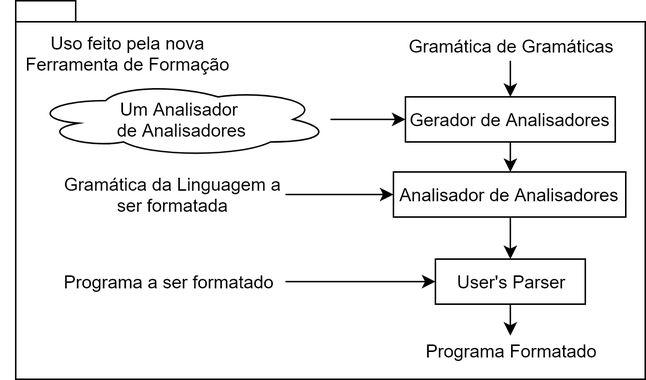
Before: MyWorflowForLarkTraduzido2.png, a diagram exported from draw.io (evandrocoan/objectbeatypictures). Source tidied: cells renumbered, new cells last; positions are measured from the earlier drawing's top-left corner, leaving out a move shared by most shapes. Its diagram source:
```xml
<mxGraphModel background="#ffffff">
  <root>
    <mxCell id="0" />
    <mxCell id="1" parent="0" />
    <mxCell id="2" style="shape=folder;fontStyle=1;spacingTop=10;tabWidth=40;tabHeight=14;tabPosition=left;html=1;" parent="1" vertex="1">
      <mxGeometry x="10" width="420" height="252" as="geometry" />
    </mxCell>
    <mxCell id="3" value="Uso feito pela nova Ferramenta de Formação" style="text;html=1;strokeColor=none;fillColor=none;align=center;verticalAlign=middle;whiteSpace=wrap;rounded=0;" parent="1" vertex="1">
      <mxGeometry y="20" width="170" height="30" as="geometry" />
    </mxCell>
    <mxCell id="4" style="edgeStyle=orthogonalEdgeStyle;rounded=0;html=1;jettySize=auto;" parent="1" edge="1" source="5" target="9">
      <mxGeometry relative="1" as="geometry" />
    </mxCell>
    <mxCell id="5" value="Gerador de Analisadores" style="rounded=0;whiteSpace=wrap;html=1;" parent="1" vertex="1">
      <mxGeometry x="270" y="64" width="140" height="30" as="geometry" />
    </mxCell>
    <mxCell id="6" style="edgeStyle=orthogonalEdgeStyle;rounded=0;html=1;entryX=0.5;entryY=0;jettySize=auto;" parent="1" edge="1" source="7" target="5">
      <mxGeometry relative="1" as="geometry" />
    </mxCell>
    <mxCell id="7" value="Gramática de Gramáticas" style="text;html=1;strokeColor=none;fillColor=none;align=center;verticalAlign=middle;whiteSpace=wrap;rounded=0;" parent="1" vertex="1">
      <mxGeometry x="270" y="20" width="140" height="20" as="geometry" />
    </mxCell>
    <mxCell id="8" style="edgeStyle=orthogonalEdgeStyle;rounded=0;html=1;jettySize=auto;" parent="1" edge="1" source="9" target="13">
      <mxGeometry relative="1" as="geometry" />
    </mxCell>
    <mxCell id="9" value="Analisador de Analisadores" style="rounded=0;whiteSpace=wrap;html=1;" parent="1" vertex="1">
      <mxGeometry x="262" y="114" width="155" height="30" as="geometry" />
    </mxCell>
    <mxCell id="10" style="edgeStyle=orthogonalEdgeStyle;rounded=0;html=1;entryX=0;entryY=0.5;jettySize=auto;" parent="1" edge="1" source="11" target="9">
      <mxGeometry relative="1" as="geometry" />
    </mxCell>
    <mxCell id="11" value="Gramática da Linguagem a ser formatada" style="text;html=1;strokeColor=none;fillColor=none;align=center;verticalAlign=middle;whiteSpace=wrap;rounded=0;" parent="1" vertex="1">
      <mxGeometry x="40" y="119" width="150" height="20" as="geometry" />
    </mxCell>
    <mxCell id="12" style="edgeStyle=orthogonalEdgeStyle;rounded=0;html=1;entryX=0.5;entryY=0;jettySize=auto;" parent="1" edge="1" source="13" target="16">
      <mxGeometry relative="1" as="geometry" />
    </mxCell>
    <mxCell id="13" value="User's Parser" style="rounded=0;whiteSpace=wrap;html=1;" parent="1" vertex="1">
      <mxGeometry x="290" y="172" width="100" height="30" as="geometry" />
    </mxCell>
    <mxCell id="14" style="edgeStyle=orthogonalEdgeStyle;rounded=0;html=1;jettySize=auto;" parent="1" edge="1" source="15" target="13">
      <mxGeometry relative="1" as="geometry" />
    </mxCell>
    <mxCell id="15" value="Programa a ser formatado" style="text;html=1;strokeColor=none;fillColor=none;align=center;verticalAlign=middle;whiteSpace=wrap;rounded=0;" parent="1" vertex="1">
      <mxGeometry x="35" y="177" width="155" height="20" as="geometry" />
    </mxCell>
    <mxCell id="16" value="Programa Formatado" style="text;html=1;strokeColor=none;fillColor=none;align=center;verticalAlign=middle;whiteSpace=wrap;rounded=0;" parent="1" vertex="1">
      <mxGeometry x="270" y="223.3" width="140" height="20" as="geometry" />
    </mxCell>
    <mxCell id="17" style="edgeStyle=orthogonalEdgeStyle;rounded=0;html=1;jettySize=auto;" parent="1" edge="1" source="18" target="5">
      <mxGeometry relative="1" as="geometry" />
    </mxCell>
    <mxCell id="18" value="&lt;span style=&quot;white-space: normal&quot;&gt;Um Analisador &lt;br&gt;de Analisadores&lt;/span&gt;" style="ellipse;shape=cloud;whiteSpace=wrap;html=1;" parent="1" vertex="1">
      <mxGeometry x="20" y="54" width="200" height="50" as="geometry" />
    </mxCell>
  </root>
</mxGraphModel>
```
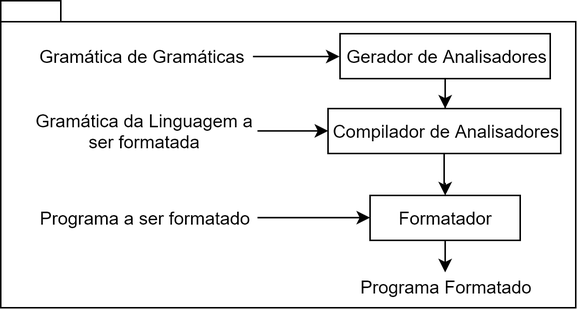
After the change.

What changed in the source:
```diff
@@ -3,55 +3,51 @@
     <mxCell id="0" />
     <mxCell id="1" parent="0" />
     <mxCell id="2" style="shape=folder;fontStyle=1;spacingTop=10;tabWidth=40;tabHeight=14;tabPosition=left;html=1;" parent="1" vertex="1">
-      <mxGeometry x="10" width="420" height="252" as="geometry" />
+      <mxGeometry x="44" y="42" width="383" height="205" as="geometry" />
     </mxCell>
-    <mxCell id="3" value="Uso feito pela nova Ferramenta de Formação" style="text;html=1;strokeColor=none;fillColor=none;align=center;verticalAlign=middle;whiteSpace=wrap;rounded=0;" parent="1" vertex="1">
-      <mxGeometry y="20" width="170" height="30" as="geometry" />
+    <mxCell id="3" style="edgeStyle=orthogonalEdgeStyle;rounded=0;html=1;jettySize=auto;" parent="1" edge="1" source="4" target="8">
+      <mxGeometry relative="1" as="geometry">
+        <Array as="points">
+          <mxPoint x="339" y="114" />
+          <mxPoint x="339" y="114" />
+        </Array>
+      </mxGeometry>
     </mxCell>
-    <mxCell id="4" style="edgeStyle=orthogonalEdgeStyle;rounded=0;html=1;jettySize=auto;" parent="1" edge="1" source="5" target="9">
-      <mxGeometry relative="1" as="geometry" />
+    <mxCell id="4" value="Gerador de Analisadores" style="rounded=0;whiteSpace=wrap;html=1;" parent="1" vertex="1">
+      <mxGeometry x="270" y="64" width="140" height="30" as="geometry" />
     </mxCell>
-    <mxCell id="5" value="Gerador de Analisadores" style="rounded=0;whiteSpace=wrap;html=1;" parent="1" vertex="1">
-      <mxGeometry x="270" y="64" width="140" height="30" as="geometry" />
+    <mxCell id="5" style="edgeStyle=orthogonalEdgeStyle;rounded=0;html=1;entryX=0;entryY=0.5;jettySize=auto;entryDx=0;entryDy=0;" parent="1" edge="1" source="6" target="4">
+      <mxGeometry relative="1" as="geometry" />
     </mxCell>
-    <mxCell id="6" style="edgeStyle=orthogonalEdgeStyle;rounded=0;html=1;entryX=0.5;entryY=0;jettySize=auto;" parent="1" edge="1" source="7" target="5">
-      <mxGeometry relative="1" as="geometry" />
+    <mxCell id="6" value="Gramática de Gramáticas" style="text;html=1;strokeColor=none;fillColor=none;align=center;verticalAlign=middle;whiteSpace=wrap;rounded=0;" parent="1" vertex="1">
+      <mxGeometry x="65" y="69" width="147" height="20" as="geometry" />
     </mxCell>
-    <mxCell id="7" value="Gramática de Gramáticas" style="text;html=1;strokeColor=none;fillColor=none;align=center;verticalAlign=middle;whiteSpace=wrap;rounded=0;" parent="1" vertex="1">
-      <mxGeometry x="270" y="20" width="140" height="20" as="geometry" />
+    <mxCell id="7" style="edgeStyle=orthogonalEdgeStyle;rounded=0;html=1;jettySize=auto;" parent="1" edge="1" source="8" target="12">
+      <mxGeometry relative="1" as="geometry" />
     </mxCell>
-    <mxCell id="8" style="edgeStyle=orthogonalEdgeStyle;rounded=0;html=1;jettySize=auto;" parent="1" edge="1" source="9" target="13">
-      <mxGeometry relative="1" as="geometry" />
+    <mxCell id="8" value="Compilador de Analisadores" style="rounded=0;whiteSpace=wrap;html=1;" parent="1" vertex="1">
+      <mxGeometry x="262" y="114" width="155" height="30" as="geometry" />
     </mxCell>
-    <mxCell id="9" value="Analisador de Analisadores" style="rounded=0;whiteSpace=wrap;html=1;" parent="1" vertex="1">
-      <mxGeometry x="262" y="114" width="155" height="30" as="geometry" />
+    <mxCell id="9" style="edgeStyle=orthogonalEdgeStyle;rounded=0;html=1;entryX=0;entryY=0.5;jettySize=auto;" parent="1" edge="1" source="10" target="8">
+      <mxGeometry relative="1" as="geometry" />
     </mxCell>
-    <mxCell id="10" style="edgeStyle=orthogonalEdgeStyle;rounded=0;html=1;entryX=0;entryY=0.5;jettySize=auto;" parent="1" edge="1" source="11" target="9">
-      <mxGeometry relative="1" as="geometry" />
+    <mxCell id="10" value="Gramática da Linguagem a ser formatada" style="text;html=1;strokeColor=none;fillColor=none;align=center;verticalAlign=middle;whiteSpace=wrap;rounded=0;" parent="1" vertex="1">
+      <mxGeometry x="65" y="119" width="150" height="20" as="geometry" />
     </mxCell>
-    <mxCell id="11" value="Gramática da Linguagem a ser formatada" style="text;html=1;strokeColor=none;fillColor=none;align=center;verticalAlign=middle;whiteSpace=wrap;rounded=0;" parent="1" vertex="1">
-      <mxGeometry x="40" y="119" width="150" height="20" as="geometry" />
+    <mxCell id="11" style="edgeStyle=orthogonalEdgeStyle;rounded=0;html=1;entryX=0.5;entryY=0;jettySize=auto;" parent="1" edge="1" source="12" target="15">
+      <mxGeometry relative="1" as="geometry" />
     </mxCell>
-    <mxCell id="12" style="edgeStyle=orthogonalEdgeStyle;rounded=0;html=1;entryX=0.5;entryY=0;jettySize=auto;" parent="1" edge="1" source="13" target="16">
-      <mxGeometry relative="1" as="geometry" />
+    <mxCell id="12" value="Formatador" style="rounded=0;whiteSpace=wrap;html=1;" parent="1" vertex="1">
+      <mxGeometry x="290" y="172" width="100" height="30" as="geometry" />
     </mxCell>
-    <mxCell id="13" value="User's Parser" style="rounded=0;whiteSpace=wrap;html=1;" parent="1" vertex="1">
-      <mxGeometry x="290" y="172" width="100" height="30" as="geometry" />
+    <mxCell id="13" style="edgeStyle=orthogonalEdgeStyle;rounded=0;html=1;jettySize=auto;" parent="1" edge="1" source="14" target="12">
+      <mxGeometry relative="1" as="geometry" />
     </mxCell>
-    <mxCell id="14" style="edgeStyle=orthogonalEdgeStyle;rounded=0;html=1;jettySize=auto;" parent="1" edge="1" source="15" target="13">
-      <mxGeometry relative="1" as="geometry" />
+    <mxCell id="14" value="Programa a ser formatado" style="text;html=1;strokeColor=none;fillColor=none;align=center;verticalAlign=middle;whiteSpace=wrap;rounded=0;" parent="1" vertex="1">
+      <mxGeometry x="66" y="177" width="149" height="20" as="geometry" />
     </mxCell>
-    <mxCell id="15" value="Programa a ser formatado" style="text;html=1;strokeColor=none;fillColor=none;align=center;verticalAlign=middle;whiteSpace=wrap;rounded=0;" parent="1" vertex="1">
-      <mxGeometry x="35" y="177" width="155" height="20" as="geometry" />
+    <mxCell id="15" value="Programa Formatado" style="text;html=1;strokeColor=none;fillColor=none;align=center;verticalAlign=middle;whiteSpace=wrap;rounded=0;" parent="1" vertex="1">
+      <mxGeometry x="270" y="223.3" width="140" height="20" as="geometry" />
     </mxCell>
-    <mxCell id="16" value="Programa Formatado" style="text;html=1;strokeColor=none;fillColor=none;align=center;verticalAlign=middle;whiteSpace=wrap;rounded=0;" parent="1" vertex="1">
-      <mxGeometry x="270" y="223.3" width="140" height="20" as="geometry" />
-    </mxCell>
-    <mxCell id="17" style="edgeStyle=orthogonalEdgeStyle;rounded=0;html=1;jettySize=auto;" parent="1" edge="1" source="18" target="5">
-      <mxGeometry relative="1" as="geometry" />
-    </mxCell>
-    <mxCell id="18" value="&lt;span style=&quot;white-space: normal&quot;&gt;Um Analisador &lt;br&gt;de Analisadores&lt;/span&gt;" style="ellipse;shape=cloud;whiteSpace=wrap;html=1;" parent="1" vertex="1">
-      <mxGeometry x="20" y="54" width="200" height="50" as="geometry" />
-    </mxCell>
   </root>
 </mxGraphModel>
```
